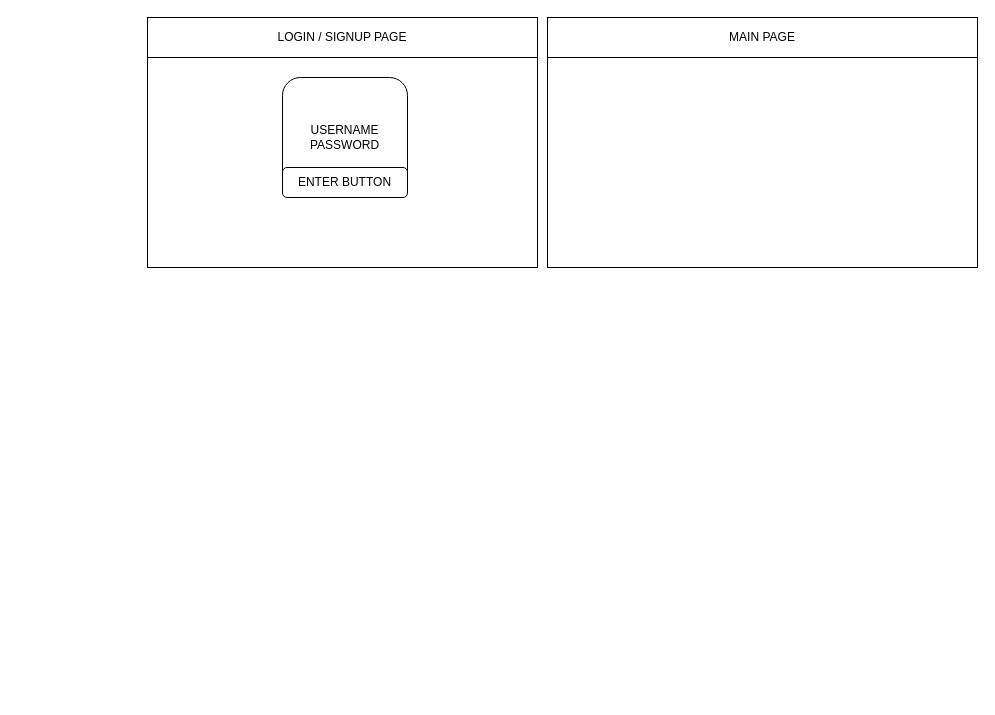
This is zaklucna.drawio from s1lenk/zaklucna, a draw.io file, before an edit. Source tidied: cells renumbered, new cells numbered last; positions are measured from the earlier drawing's top-left corner, leaving out a move shared by most shapes. Both pictures are drawn from the tidied source at 100%, with x=0, y=0 at pixel (147, 17).
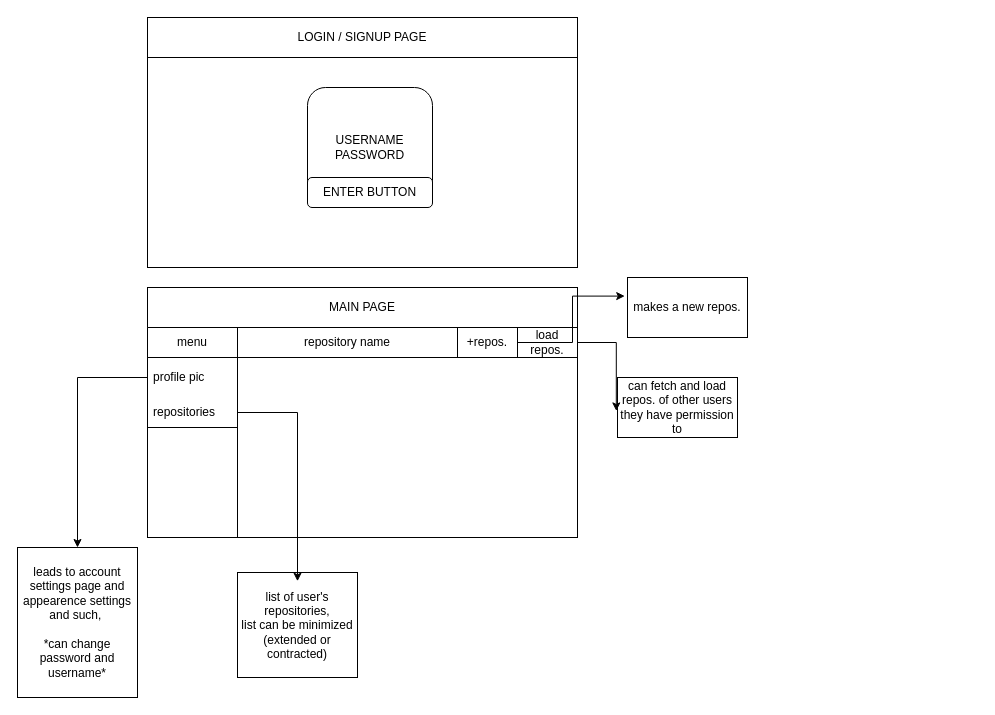
The same page after the edit.

Change to the diagram source:
```diff
@@
     <mxCell id="2" value="LOGIN / SIGNUP PAGE" style="rounded=0;whiteSpace=wrap;html=1;" parent="1" vertex="1">
-      <mxGeometry width="390" height="40" as="geometry" />
+      <mxGeometry width="430" height="40" as="geometry" />
     </mxCell>
     <mxCell id="3" style="rounded=0;whiteSpace=wrap;html=1;" parent="1" vertex="1">
-      <mxGeometry y="40" width="390" height="210" as="geometry" />
+      <mxGeometry y="40" width="430" height="210" as="geometry" />
     </mxCell>
     <mxCell id="4" value="USERNAME&lt;br&gt;PASSWORD" style="rounded=1;whiteSpace=wrap;html=1;" parent="1" vertex="1">
-      <mxGeometry x="135" y="60" width="125" height="120" as="geometry" />
+      <mxGeometry x="160" y="70" width="125" height="120" as="geometry" />
     </mxCell>
     <mxCell id="5" value="MAIN PAGE" style="rounded=0;whiteSpace=wrap;html=1;" parent="1" vertex="1">
-      <mxGeometry x="400" width="430" height="40" as="geometry" />
+      <mxGeometry y="270" width="430" height="40" as="geometry" />
     </mxCell>
     <mxCell id="6" style="rounded=0;whiteSpace=wrap;html=1;" parent="1" vertex="1">
-      <mxGeometry x="400" y="40" width="430" height="210" as="geometry" />
+      <mxGeometry y="310" width="430" height="210" as="geometry" />
     </mxCell>
     <mxCell id="7" value="ENTER BUTTON" style="rounded=1;whiteSpace=wrap;html=1;" parent="1" vertex="1">
-      <mxGeometry x="135" y="150" width="125" height="30" as="geometry" />
+      <mxGeometry x="160" y="160" width="125" height="30" as="geometry" />
     </mxCell>
+    <mxCell id="8" value="menu" style="swimlane;fontStyle=0;horizontal=1;startSize=30;whiteSpace=wrap;html=1;" parent="1" vertex="1">
+      <mxGeometry y="310" width="90" height="100" as="geometry" />
+    </mxCell>
+    <mxCell id="9" value="profile pic" style="text;strokeColor=none;fillColor=none;align=left;verticalAlign=middle;spacingLeft=4;spacingRight=4;overflow=hidden;points=[[0,0.5],[1,0.5]];portConstraint=eastwest;whiteSpace=wrap;html=1;" parent="8" vertex="1">
+      <mxGeometry y="30" width="90" height="40" as="geometry" />
+    </mxCell>
+    <mxCell id="10" value="repositories" style="text;strokeColor=none;fillColor=none;align=left;verticalAlign=middle;spacingLeft=4;spacingRight=4;overflow=hidden;points=[[0,0.5],[1,0.5]];portConstraint=eastwest;whiteSpace=wrap;html=1;" parent="8" vertex="1">
+      <mxGeometry y="70" width="90" height="30" as="geometry" />
+    </mxCell>
+    <mxCell id="11" style="rounded=0;whiteSpace=wrap;html=1;" parent="1" vertex="1">
+      <mxGeometry y="410" width="90" height="110" as="geometry" />
+    </mxCell>
+    <mxCell id="12" value="repository name" style="rounded=0;whiteSpace=wrap;html=1;" parent="1" vertex="1">
+      <mxGeometry x="90" y="310" width="220" height="30" as="geometry" />
+    </mxCell>
+    <mxCell id="13" value="+repos." style="rounded=0;whiteSpace=wrap;html=1;" parent="1" vertex="1">
+      <mxGeometry x="310" y="310" width="60" height="30" as="geometry" />
+    </mxCell>
+    <mxCell id="14" value="load repos." style="rounded=0;whiteSpace=wrap;html=1;" parent="1" vertex="1">
+      <mxGeometry x="370" y="310" width="60" height="30" as="geometry" />
+    </mxCell>
+    <mxCell id="15" value="can fetch and load repos. of other users they have permission to" style="rounded=0;whiteSpace=wrap;html=1;" parent="1" vertex="1">
+      <mxGeometry x="470" y="360" width="120" height="60" as="geometry" />
+    </mxCell>
+    <mxCell id="16" style="edgeStyle=orthogonalEdgeStyle;rounded=0;jettySize=auto;html=1;exitX=1;exitY=0.5;exitDx=0;exitDy=0;entryX=-0.01;entryY=0.557;entryDx=0;entryDy=0;entryPerimeter=0;" parent="1" edge="1" source="14" target="15">
+      <mxGeometry relative="1" as="geometry" />
+    </mxCell>
+    <mxCell id="17" value="makes a new repos." style="rounded=0;whiteSpace=wrap;html=1;" parent="1" vertex="1">
+      <mxGeometry x="480" y="260" width="120" height="60" as="geometry" />
+    </mxCell>
+    <mxCell id="18" style="edgeStyle=orthogonalEdgeStyle;rounded=0;jettySize=auto;html=1;entryX=-0.023;entryY=0.31;entryDx=0;entryDy=0;entryPerimeter=0;" parent="1" edge="1" source="13" target="17">
+      <mxGeometry relative="1" as="geometry" />
+    </mxCell>
+    <mxCell id="19" value="leads to account settings page and appearence settings and such,&amp;nbsp;&lt;div&gt;&lt;br&gt;&lt;div&gt;*can change password and username*&lt;/div&gt;&lt;/div&gt;" style="rounded=0;whiteSpace=wrap;html=1;" parent="1" vertex="1">
+      <mxGeometry x="-130" y="530" width="120" height="150" as="geometry" />
+    </mxCell>
+    <mxCell id="20" style="edgeStyle=orthogonalEdgeStyle;rounded=0;jettySize=auto;html=1;" parent="1" edge="1" source="9" target="19">
+      <mxGeometry relative="1" as="geometry" />
+    </mxCell>
+    <mxCell id="21" value="list of user's repositories,&lt;div&gt;list can be minimized (extended or contracted)&lt;/div&gt;" style="rounded=0;whiteSpace=wrap;html=1;" parent="1" vertex="1">
+      <mxGeometry x="90" y="555" width="120" height="105" as="geometry" />
+    </mxCell>
+    <mxCell id="22" style="edgeStyle=orthogonalEdgeStyle;rounded=0;jettySize=auto;html=1;entryX=0.5;entryY=0.083;entryDx=0;entryDy=0;entryPerimeter=0;" parent="1" edge="1" source="10" target="21">
+      <mxGeometry relative="1" as="geometry" />
+    </mxCell>
```
